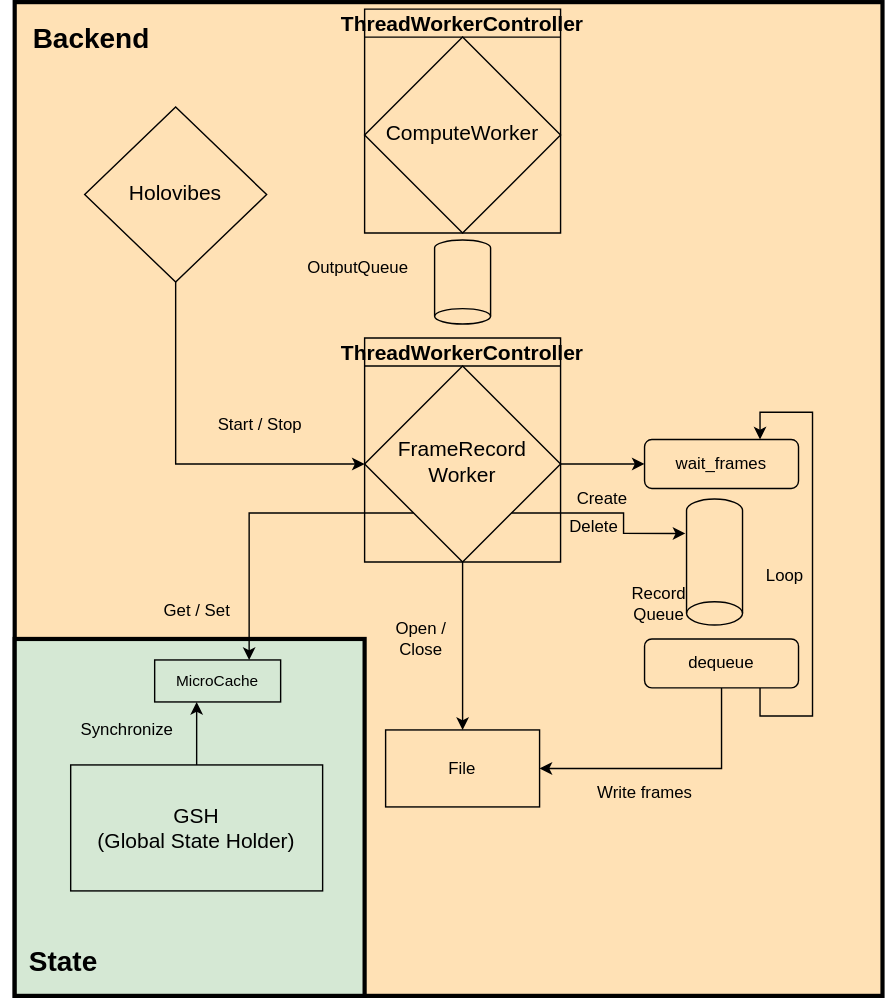
Above: docs/Flowchart/FrameRecordWorker.svg in DigitalHolography/Holovibes (draw.io), before the change. Source tidied: cells renumbered, new cells last; positions are measured from the earlier drawing's top-left corner, leaving out a move shared by most shapes. The source it was exported from:
```xml
<mxGraphModel>
  <root>
    <mxCell id="0" />
    <mxCell id="1" parent="0" />
    <mxCell id="2" style="rounded=0;whiteSpace=wrap;html=1;strokeWidth=3;fillColor=#FFE1B5;" parent="1" vertex="1">
      <mxGeometry x="10" width="620" height="710" as="geometry" />
    </mxCell>
    <mxCell id="3" style="rounded=0;whiteSpace=wrap;html=1;fillColor=#D5E8D4;strokeWidth=3;" parent="1" vertex="1">
      <mxGeometry x="10" y="455" width="250" height="255" as="geometry" />
    </mxCell>
    <mxCell id="4" style="edgeStyle=orthogonalEdgeStyle;rounded=0;jettySize=auto;html=1;exitX=0.5;exitY=1;exitDx=0;exitDy=0;entryX=1;entryY=0.5;entryDx=0;entryDy=0;" parent="1" edge="1" source="5" target="7">
      <mxGeometry relative="1" as="geometry" />
    </mxCell>
    <mxCell id="5" value="Holovibes" style="rhombus;whiteSpace=wrap;html=1;shadow=0;fontFamily=Helvetica;fontSize=15;align=center;strokeWidth=1;spacing=6;spacingTop=-4;fillColor=none;" parent="1" vertex="1">
      <mxGeometry x="60" y="75" width="130" height="125" as="geometry" />
    </mxCell>
    <mxCell id="6" value="ThreadWorkerController" style="swimlane;labelBackgroundColor=none;fontSize=15;fontColor=none;startSize=20;fillColor=none;" parent="1" vertex="1">
      <mxGeometry x="260" y="240" width="140" height="160" as="geometry" />
    </mxCell>
    <mxCell id="7" value="&lt;div style=&quot;font-size: 15px&quot;&gt;FrameRecord&lt;br&gt;Worker&lt;/div&gt;" style="rhombus;whiteSpace=wrap;html=1;shadow=0;fontFamily=Helvetica;fontSize=15;align=center;strokeWidth=1;spacing=6;spacingTop=-4;direction=west;fillColor=none;" parent="6" vertex="1">
      <mxGeometry y="20" width="140" height="140" as="geometry" />
    </mxCell>
    <mxCell id="8" value="MicroCache" style="rounded=0;whiteSpace=wrap;html=1;fontSize=11;strokeColor=#000000;strokeWidth=1;fillColor=none;" parent="1" vertex="1">
      <mxGeometry x="110" y="470" width="90" height="30" as="geometry" />
    </mxCell>
    <mxCell id="9" value="Get / Set" style="text;html=1;align=center;verticalAlign=middle;strokeColor=none;fillColor=none;" parent="1" vertex="1">
      <mxGeometry x="110" y="425" width="60" height="20" as="geometry" />
    </mxCell>
    <mxCell id="10" style="edgeStyle=orthogonalEdgeStyle;rounded=0;jettySize=auto;html=1;exitX=0.5;exitY=0;exitDx=0;exitDy=0;" parent="1" edge="1" source="11">
      <mxGeometry relative="1" as="geometry">
        <mxPoint x="140" y="500" as="targetPoint" />
      </mxGeometry>
    </mxCell>
    <mxCell id="11" value="&lt;div style=&quot;font-size: 15px;&quot;&gt;GSH&lt;/div&gt;(Global State Holder)" style="whiteSpace=wrap;html=1;fontSize=15;fillColor=none;" parent="1" vertex="1">
      <mxGeometry x="50" y="545" width="180" height="90" as="geometry" />
    </mxCell>
    <mxCell id="12" value="Synchronize" style="text;html=1;align=center;verticalAlign=middle;strokeColor=none;fillColor=none;" parent="1" vertex="1">
      <mxGeometry x="50" y="510" width="80" height="20" as="geometry" />
    </mxCell>
    <mxCell id="13" style="strokeWidth=1;html=1;shape=mxgraph.flowchart.direct_data;whiteSpace=wrap;fontSize=11;direction=south;strokeColor=#000000;fillColor=none;" parent="1" vertex="1">
      <mxGeometry x="310" y="170" width="40" height="60" as="geometry" />
    </mxCell>
    <mxCell id="14" value="ThreadWorkerController" style="swimlane;labelBackgroundColor=none;fontSize=15;fontColor=none;startSize=20;fillColor=none;" parent="1" vertex="1">
      <mxGeometry x="260" y="5" width="140" height="160" as="geometry" />
    </mxCell>
    <mxCell id="15" value="ComputeWorker" style="rhombus;whiteSpace=wrap;html=1;shadow=0;fontFamily=Helvetica;fontSize=15;align=center;strokeWidth=1;spacing=6;spacingTop=-4;direction=west;fillColor=none;" parent="14" vertex="1">
      <mxGeometry y="20" width="140" height="140" as="geometry" />
    </mxCell>
    <mxCell id="16" value="Start / Stop" style="text;html=1;align=center;verticalAlign=middle;strokeColor=none;fillColor=none;" parent="1" vertex="1">
      <mxGeometry x="150" y="292.5" width="70" height="20" as="geometry" />
    </mxCell>
    <mxCell id="17" value="File" style="rounded=0;whiteSpace=wrap;html=1;fillColor=none;" parent="1" vertex="1">
      <mxGeometry x="275" y="520" width="110" height="55" as="geometry" />
    </mxCell>
    <mxCell id="18" style="edgeStyle=orthogonalEdgeStyle;rounded=0;jettySize=auto;html=1;exitX=0.5;exitY=1;exitDx=0;exitDy=0;entryX=1;entryY=0.5;entryDx=0;entryDy=0;" parent="1" edge="1" source="20" target="17">
      <mxGeometry relative="1" as="geometry" />
    </mxCell>
    <mxCell id="19" style="edgeStyle=orthogonalEdgeStyle;rounded=0;jettySize=auto;html=1;exitX=0.75;exitY=1;exitDx=0;exitDy=0;entryX=0.75;entryY=0;entryDx=0;entryDy=0;" parent="1" edge="1" source="20" target="29">
      <mxGeometry relative="1" as="geometry">
        <Array as="points">
          <mxPoint x="543" y="510" />
          <mxPoint x="580" y="510" />
          <mxPoint x="580" y="293" />
          <mxPoint x="543" y="293" />
        </Array>
      </mxGeometry>
    </mxCell>
    <mxCell id="20" value="dequeue" style="rounded=1;whiteSpace=wrap;html=1;fillColor=none;" parent="1" vertex="1">
      <mxGeometry x="460" y="455" width="110" height="35" as="geometry" />
    </mxCell>
    <mxCell id="21" value="Write frames" style="text;html=1;align=center;verticalAlign=middle;strokeColor=none;fillColor=none;" parent="1" vertex="1">
      <mxGeometry x="415" y="555" width="90" height="20" as="geometry" />
    </mxCell>
    <mxCell id="22" style="edgeStyle=orthogonalEdgeStyle;rounded=0;jettySize=auto;html=1;exitX=1;exitY=0;exitDx=0;exitDy=0;entryX=0.75;entryY=0;entryDx=0;entryDy=0;" parent="1" edge="1" source="7" target="8">
      <mxGeometry relative="1" as="geometry" />
    </mxCell>
    <mxCell id="23" value="&lt;font style=&quot;font-size: 20px&quot;&gt;&lt;b&gt;State&lt;/b&gt;&lt;/font&gt;" style="text;html=1;strokeColor=none;fillColor=none;align=center;verticalAlign=middle;whiteSpace=wrap;rounded=0;labelBackgroundColor=none;fontSize=14;fontColor=default;" parent="1" vertex="1">
      <mxGeometry y="660" width="90" height="50" as="geometry" />
    </mxCell>
    <mxCell id="24" value="&lt;font style=&quot;font-size: 20px&quot;&gt;&lt;b&gt;&lt;font style=&quot;font-size: 20px&quot;&gt;Backend&lt;/font&gt;&lt;/b&gt;&lt;/font&gt;" style="text;html=1;strokeColor=none;fillColor=none;align=center;verticalAlign=middle;whiteSpace=wrap;rounded=0;labelBackgroundColor=none;fontSize=14;fontColor=default;" parent="1" vertex="1">
      <mxGeometry x="20" width="90" height="50" as="geometry" />
    </mxCell>
    <mxCell id="25" value="OutputQueue" style="text;html=1;align=center;verticalAlign=middle;strokeColor=none;fillColor=none;" parent="1" vertex="1">
      <mxGeometry x="210" y="180" width="90" height="20" as="geometry" />
    </mxCell>
    <mxCell id="26" style="strokeWidth=1;html=1;shape=mxgraph.flowchart.direct_data;whiteSpace=wrap;fontSize=11;direction=south;strokeColor=#000000;fillColor=none;" parent="1" vertex="1">
      <mxGeometry x="490" y="355" width="40" height="90" as="geometry" />
    </mxCell>
    <mxCell id="27" value="Open / &lt;br&gt;Close" style="text;html=1;align=center;verticalAlign=middle;strokeColor=none;fillColor=none;" parent="1" vertex="1">
      <mxGeometry x="275" y="440" width="50" height="30" as="geometry" />
    </mxCell>
    <mxCell id="28" value="Record&lt;br&gt;Queue" style="text;html=1;align=center;verticalAlign=middle;strokeColor=none;fillColor=none;" parent="1" vertex="1">
      <mxGeometry x="440" y="415" width="60" height="30" as="geometry" />
    </mxCell>
    <mxCell id="29" value="wait_frames" style="rounded=1;whiteSpace=wrap;html=1;fillColor=none;" parent="1" vertex="1">
      <mxGeometry x="460" y="312.5" width="110" height="35" as="geometry" />
    </mxCell>
    <mxCell id="30" style="edgeStyle=orthogonalEdgeStyle;rounded=0;jettySize=auto;html=1;entryX=0;entryY=0.5;entryDx=0;entryDy=0;" parent="1" edge="1" source="7" target="29">
      <mxGeometry relative="1" as="geometry" />
    </mxCell>
    <mxCell id="31" style="edgeStyle=orthogonalEdgeStyle;rounded=0;jettySize=auto;html=1;exitX=0.5;exitY=0;exitDx=0;exitDy=0;" parent="1" edge="1" source="7" target="17">
      <mxGeometry relative="1" as="geometry" />
    </mxCell>
    <mxCell id="32" value="Loop" style="text;html=1;align=center;verticalAlign=middle;strokeColor=none;fillColor=none;" parent="1" vertex="1">
      <mxGeometry x="540" y="400" width="40" height="20" as="geometry" />
    </mxCell>
    <mxCell id="33" style="edgeStyle=orthogonalEdgeStyle;rounded=0;jettySize=auto;html=1;exitX=0;exitY=0;exitDx=0;exitDy=0;entryX=0.274;entryY=1.021;entryDx=0;entryDy=0;entryPerimeter=0;" parent="1" edge="1" source="7" target="26">
      <mxGeometry relative="1" as="geometry" />
    </mxCell>
    <mxCell id="34" value="Create" style="text;html=1;strokeColor=none;fillColor=none;align=center;verticalAlign=middle;whiteSpace=wrap;rounded=0;" parent="1" vertex="1">
      <mxGeometry x="400" y="340" width="60" height="30" as="geometry" />
    </mxCell>
    <mxCell id="35" value="Delete" style="text;html=1;strokeColor=none;fillColor=none;align=center;verticalAlign=middle;whiteSpace=wrap;rounded=0;" parent="1" vertex="1">
      <mxGeometry x="394" y="360" width="60" height="30" as="geometry" />
    </mxCell>
  </root>
</mxGraphModel>
```
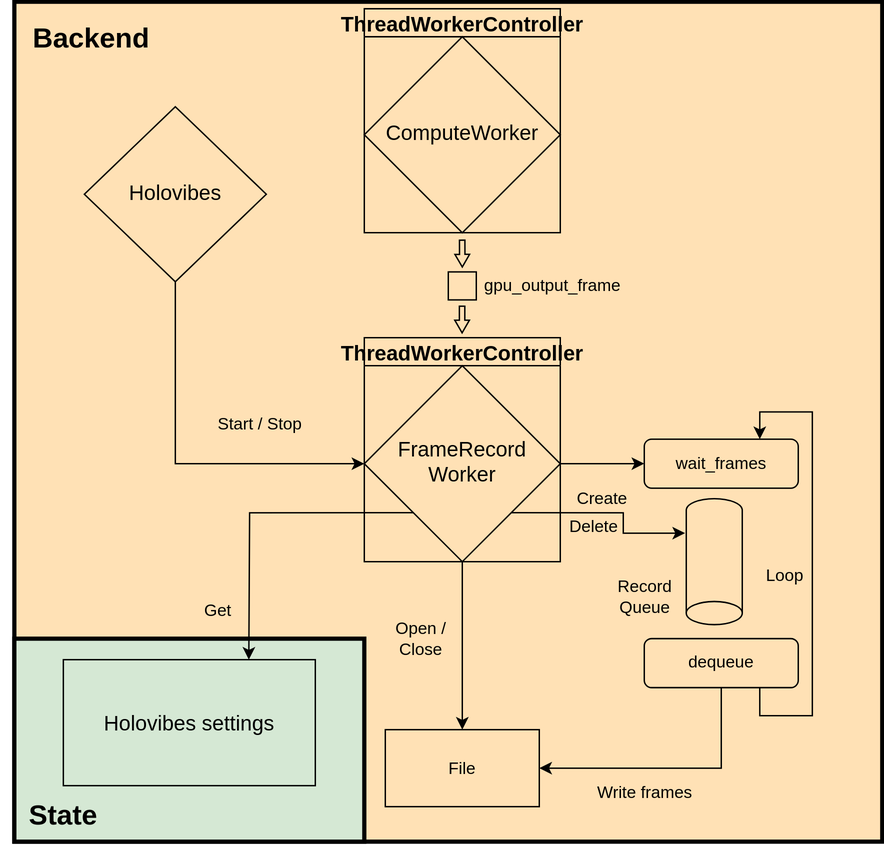
The same file after the commit.

What changed in the source:
```diff
@@ -3,10 +3,10 @@
     <mxCell id="0" />
     <mxCell id="1" parent="0" />
     <mxCell id="2" style="rounded=0;whiteSpace=wrap;html=1;strokeWidth=3;fillColor=#FFE1B5;" parent="1" vertex="1">
-      <mxGeometry x="10" width="620" height="710" as="geometry" />
+      <mxGeometry x="10" width="620" height="600" as="geometry" />
     </mxCell>
     <mxCell id="3" style="rounded=0;whiteSpace=wrap;html=1;fillColor=#D5E8D4;strokeWidth=3;" parent="1" vertex="1">
-      <mxGeometry x="10" y="455" width="250" height="255" as="geometry" />
+      <mxGeometry x="10" y="455" width="250" height="145" as="geometry" />
     </mxCell>
     <mxCell id="4" style="edgeStyle=orthogonalEdgeStyle;rounded=0;jettySize=auto;html=1;exitX=0.5;exitY=1;exitDx=0;exitDy=0;entryX=1;entryY=0.5;entryDx=0;entryDy=0;" parent="1" edge="1" source="5" target="7">
       <mxGeometry relative="1" as="geometry" />
@@ -20,26 +20,12 @@
     <mxCell id="7" value="&lt;div style=&quot;font-size: 15px&quot;&gt;FrameRecord&lt;br&gt;Worker&lt;/div&gt;" style="rhombus;whiteSpace=wrap;html=1;shadow=0;fontFamily=Helvetica;fontSize=15;align=center;strokeWidth=1;spacing=6;spacingTop=-4;direction=west;fillColor=none;" parent="6" vertex="1">
       <mxGeometry y="20" width="140" height="140" as="geometry" />
     </mxCell>
-    <mxCell id="8" value="MicroCache" style="rounded=0;whiteSpace=wrap;html=1;fontSize=11;strokeColor=#000000;strokeWidth=1;fillColor=none;" parent="1" vertex="1">
-      <mxGeometry x="110" y="470" width="90" height="30" as="geometry" />
-    </mxCell>
-    <mxCell id="9" value="Get / Set" style="text;html=1;align=center;verticalAlign=middle;strokeColor=none;fillColor=none;" parent="1" vertex="1">
-      <mxGeometry x="110" y="425" width="60" height="20" as="geometry" />
+    <mxCell id="9" value="Get" style="text;html=1;align=center;verticalAlign=middle;strokeColor=none;fillColor=none;" parent="1" vertex="1">
+      <mxGeometry x="140" y="425" width="30" height="20" as="geometry" />
     </mxCell>
-    <mxCell id="10" style="edgeStyle=orthogonalEdgeStyle;rounded=0;jettySize=auto;html=1;exitX=0.5;exitY=0;exitDx=0;exitDy=0;" parent="1" edge="1" source="11">
-      <mxGeometry relative="1" as="geometry">
-        <mxPoint x="140" y="500" as="targetPoint" />
-      </mxGeometry>
-    </mxCell>
-    <mxCell id="11" value="&lt;div style=&quot;font-size: 15px;&quot;&gt;GSH&lt;/div&gt;(Global State Holder)" style="whiteSpace=wrap;html=1;fontSize=15;fillColor=none;" parent="1" vertex="1">
-      <mxGeometry x="50" y="545" width="180" height="90" as="geometry" />
+    <mxCell id="11" value="&lt;div style=&quot;font-size: 15px;&quot;&gt;Holovibes settings&lt;/div&gt;" style="whiteSpace=wrap;html=1;fontSize=15;fillColor=none;" parent="1" vertex="1">
+      <mxGeometry x="45" y="470" width="180" height="90" as="geometry" />
     </mxCell>
-    <mxCell id="12" value="Synchronize" style="text;html=1;align=center;verticalAlign=middle;strokeColor=none;fillColor=none;" parent="1" vertex="1">
-      <mxGeometry x="50" y="510" width="80" height="20" as="geometry" />
-    </mxCell>
-    <mxCell id="13" style="strokeWidth=1;html=1;shape=mxgraph.flowchart.direct_data;whiteSpace=wrap;fontSize=11;direction=south;strokeColor=#000000;fillColor=none;" parent="1" vertex="1">
-      <mxGeometry x="310" y="170" width="40" height="60" as="geometry" />
-    </mxCell>
     <mxCell id="14" value="ThreadWorkerController" style="swimlane;labelBackgroundColor=none;fontSize=15;fontColor=none;startSize=20;fillColor=none;" parent="1" vertex="1">
       <mxGeometry x="260" y="5" width="140" height="160" as="geometry" />
     </mxCell>
@@ -71,17 +57,19 @@
     <mxCell id="21" value="Write frames" style="text;html=1;align=center;verticalAlign=middle;strokeColor=none;fillColor=none;" parent="1" vertex="1">
       <mxGeometry x="415" y="555" width="90" height="20" as="geometry" />
     </mxCell>
-    <mxCell id="22" style="edgeStyle=orthogonalEdgeStyle;rounded=0;jettySize=auto;html=1;exitX=1;exitY=0;exitDx=0;exitDy=0;entryX=0.75;entryY=0;entryDx=0;entryDy=0;" parent="1" edge="1" source="7" target="8">
-      <mxGeometry relative="1" as="geometry" />
+    <mxCell id="22" style="edgeStyle=orthogonalEdgeStyle;rounded=0;jettySize=auto;html=1;exitX=1;exitY=0;exitDx=0;exitDy=0;entryX=0.75;entryY=0;entryDx=0;entryDy=0;" parent="1" edge="1" source="7">
+      <mxGeometry relative="1" as="geometry">
+        <mxPoint x="177.5" y="470" as="targetPoint" />
+      </mxGeometry>
     </mxCell>
     <mxCell id="23" value="&lt;font style=&quot;font-size: 20px&quot;&gt;&lt;b&gt;State&lt;/b&gt;&lt;/font&gt;" style="text;html=1;strokeColor=none;fillColor=none;align=center;verticalAlign=middle;whiteSpace=wrap;rounded=0;labelBackgroundColor=none;fontSize=14;fontColor=default;" parent="1" vertex="1">
-      <mxGeometry y="660" width="90" height="50" as="geometry" />
+      <mxGeometry y="555" width="90" height="50" as="geometry" />
     </mxCell>
     <mxCell id="24" value="&lt;font style=&quot;font-size: 20px&quot;&gt;&lt;b&gt;&lt;font style=&quot;font-size: 20px&quot;&gt;Backend&lt;/font&gt;&lt;/b&gt;&lt;/font&gt;" style="text;html=1;strokeColor=none;fillColor=none;align=center;verticalAlign=middle;whiteSpace=wrap;rounded=0;labelBackgroundColor=none;fontSize=14;fontColor=default;" parent="1" vertex="1">
       <mxGeometry x="20" width="90" height="50" as="geometry" />
     </mxCell>
-    <mxCell id="25" value="OutputQueue" style="text;html=1;align=center;verticalAlign=middle;strokeColor=none;fillColor=none;" parent="1" vertex="1">
-      <mxGeometry x="210" y="180" width="90" height="20" as="geometry" />
+    <mxCell id="25" value="gpu_output_frame" style="text;html=1;align=center;verticalAlign=middle;strokeColor=none;fillColor=none;" parent="1" vertex="1">
+      <mxGeometry x="334" y="188" width="120" height="30" as="geometry" />
     </mxCell>
     <mxCell id="26" style="strokeWidth=1;html=1;shape=mxgraph.flowchart.direct_data;whiteSpace=wrap;fontSize=11;direction=south;strokeColor=#000000;fillColor=none;" parent="1" vertex="1">
       <mxGeometry x="490" y="355" width="40" height="90" as="geometry" />
@@ -90,7 +78,7 @@
       <mxGeometry x="275" y="440" width="50" height="30" as="geometry" />
     </mxCell>
     <mxCell id="28" value="Record&lt;br&gt;Queue" style="text;html=1;align=center;verticalAlign=middle;strokeColor=none;fillColor=none;" parent="1" vertex="1">
-      <mxGeometry x="440" y="415" width="60" height="30" as="geometry" />
+      <mxGeometry x="430" y="410" width="60" height="30" as="geometry" />
     </mxCell>
     <mxCell id="29" value="wait_frames" style="rounded=1;whiteSpace=wrap;html=1;fillColor=none;" parent="1" vertex="1">
       <mxGeometry x="460" y="312.5" width="110" height="35" as="geometry" />
@@ -113,5 +101,19 @@
     <mxCell id="35" value="Delete" style="text;html=1;strokeColor=none;fillColor=none;align=center;verticalAlign=middle;whiteSpace=wrap;rounded=0;" parent="1" vertex="1">
       <mxGeometry x="394" y="360" width="60" height="30" as="geometry" />
     </mxCell>
+    <mxCell id="36" style="whiteSpace=wrap;html=1;fillColor=#FFE1B5;" parent="1" vertex="1">
+      <mxGeometry x="320" y="193" width="20" height="20" as="geometry" />
+    </mxCell>
+    <mxCell id="37" style="endArrow=classic;html=1;rounded=0;shape=flexArrow;exitX=0.516;exitY=0.283;exitDx=0;exitDy=0;exitPerimeter=0;endWidth=5.586419753086419;endSize=2.680555555555556;width=3.888888888888889;" parent="1" edge="1" source="2">
+      <mxGeometry relative="1" as="geometry">
+        <mxPoint x="330" y="190" as="targetPoint" />
+      </mxGeometry>
+    </mxCell>
+    <mxCell id="38" style="endArrow=classic;html=1;rounded=0;shape=flexArrow;exitX=0.516;exitY=0.283;exitDx=0;exitDy=0;exitPerimeter=0;endWidth=5.586419753086419;endSize=2.680555555555556;width=3.888888888888889;" parent="1" edge="1">
+      <mxGeometry relative="1" as="geometry">
+        <mxPoint x="329.9" y="217" as="sourcePoint" />
+        <mxPoint x="329.9" y="237" as="targetPoint" />
+      </mxGeometry>
+    </mxCell>
   </root>
 </mxGraphModel>
```
